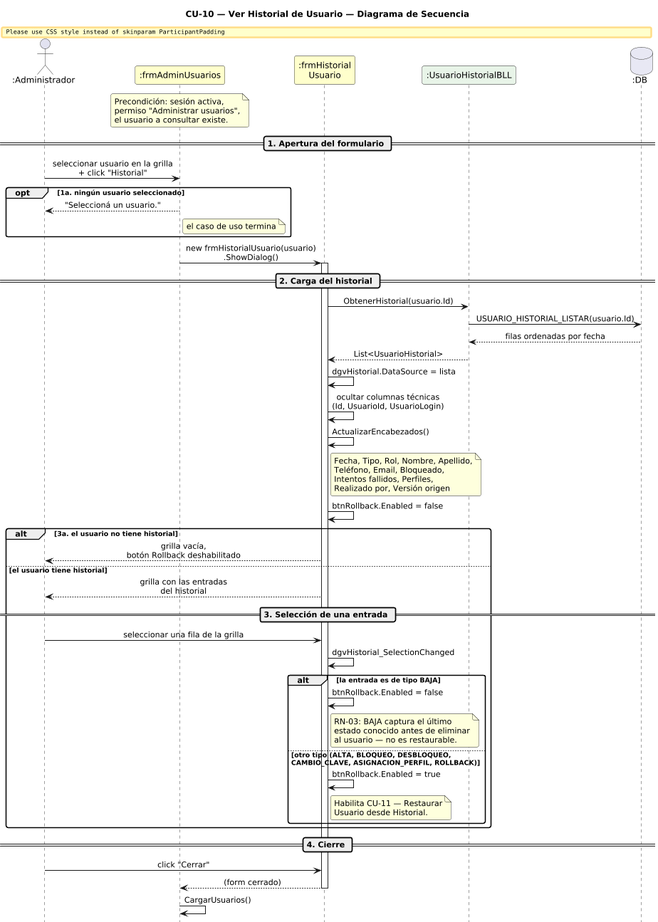
Earlier version of the PlantUML export DIAGRAMAS/DiagramaSecuencia_CU10_VerHistorial.png (Jesifu/club-de-vinos-td).
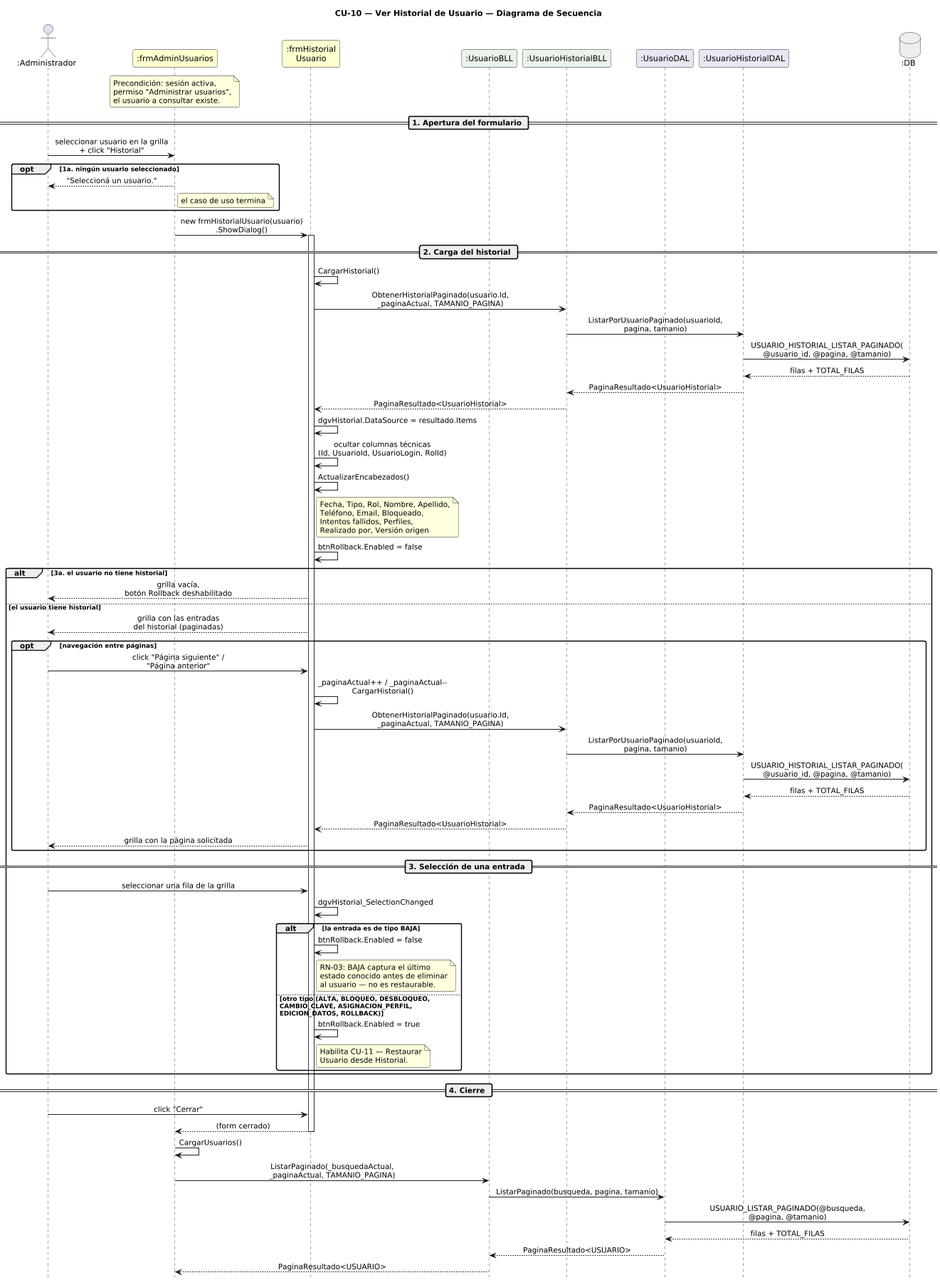
After the change.

The edit, as a diff of the source:
```diff
@@ -5,16 +5,18 @@
 skinparam shadowing false
 skinparam roundcorner 6
 skinparam sequenceArrowThickness 1.2
-skinparam ParticipantPadding 14
 skinparam sequenceMessageAlign center
 hide footbox
-scale 0.85
+scale 0.8
 
-actor       ":Administrador"       as A
-participant ":frmAdminUsuarios"    as FA #FEFECE
+actor       ":Administrador"         as A
+participant ":frmAdminUsuarios"      as FA #FEFECE
 participant ":frmHistorial\nUsuario" as FH #FEFECE
-participant ":UsuarioHistorialBLL" as UH #E8F4E8
-database    ":DB"                  as DB #E8E8F4
+participant ":UsuarioBLL"            as UB #E8F4E8
+participant ":UsuarioHistorialBLL"   as UH #E8F4E8
+participant ":UsuarioDAL"            as UD #E8E8F4
+participant ":UsuarioHistorialDAL"   as UHD #E8E8F4
+database    ":DB"                    as DB #EEEEEE
 
 note over FA
   Precondición: sesión activa,
@@ -36,13 +38,16 @@
 
 == 2. Carga del historial ==
 
-FH -> UH : ObtenerHistorial(usuario.Id)
-UH -> DB : USUARIO_HISTORIAL_LISTAR(usuario.Id)
-DB --> UH : filas ordenadas por fecha
-UH --> FH : List<UsuarioHistorial>
+FH -> FH : CargarHistorial()
+FH -> UH : ObtenerHistorialPaginado(usuario.Id,\n_paginaActual, TAMANIO_PAGINA)
+UH -> UHD : ListarPorUsuarioPaginado(usuarioId,\npagina, tamanio)
+UHD -> DB : USUARIO_HISTORIAL_LISTAR_PAGINADO(\n@usuario_id, @pagina, @tamanio)
+DB --> UHD : filas + TOTAL_FILAS
+UHD --> UH : PaginaResultado<UsuarioHistorial>
+UH --> FH : PaginaResultado<UsuarioHistorial>
 
-FH -> FH : dgvHistorial.DataSource = lista
-FH -> FH : ocultar columnas técnicas\n(Id, UsuarioId, UsuarioLogin)
+FH -> FH : dgvHistorial.DataSource = resultado.Items
+FH -> FH : ocultar columnas técnicas\n(Id, UsuarioId, UsuarioLogin, RolId)
 FH -> FH : ActualizarEncabezados()
 note right of FH
   Fecha, Tipo, Rol, Nombre, Apellido,
@@ -56,7 +61,19 @@
   FH --> A : grilla vacía,\nbotón Rollback deshabilitado
 
 else el usuario tiene historial
-  FH --> A : grilla con las entradas\ndel historial
+  FH --> A : grilla con las entradas\ndel historial (paginadas)
+
+  opt navegación entre páginas
+    A -> FH : click "Página siguiente" /\n"Página anterior"
+    FH -> FH : _paginaActual++ / _paginaActual--\nCargarHistorial()
+    FH -> UH : ObtenerHistorialPaginado(usuario.Id,\n_paginaActual, TAMANIO_PAGINA)
+    UH -> UHD : ListarPorUsuarioPaginado(usuarioId,\npagina, tamanio)
+    UHD -> DB : USUARIO_HISTORIAL_LISTAR_PAGINADO(\n@usuario_id, @pagina, @tamanio)
+    DB --> UHD : filas + TOTAL_FILAS
+    UHD --> UH : PaginaResultado<UsuarioHistorial>
+    UH --> FH : PaginaResultado<UsuarioHistorial>
+    FH --> A : grilla con la página solicitada
+  end
 
   == 3. Selección de una entrada ==
 
@@ -70,7 +87,7 @@
       estado conocido antes de eliminar
       al usuario — no es restaurable.
     end note
-  else otro tipo (ALTA, BLOQUEO, DESBLOQUEO,\nCAMBIO_CLAVE, ASIGNACION_PERFIL, ROLLBACK)
+  else otro tipo (ALTA, BLOQUEO, DESBLOQUEO,\nCAMBIO_CLAVE, ASIGNACION_PERFIL,\nEDICION_DATOS, ROLLBACK)
     FH -> FH : btnRollback.Enabled = true
     note right of FH
       Habilita CU-11 — Restaurar
@@ -85,5 +102,11 @@
 FH --> FA : (form cerrado)
 deactivate FH
 FA -> FA : CargarUsuarios()
+FA -> UB : ListarPaginado(_busquedaActual,\n_paginaActual, TAMANIO_PAGINA)
+UB -> UD : ListarPaginado(busqueda, pagina, tamanio)
+UD -> DB : USUARIO_LISTAR_PAGINADO(@busqueda,\n@pagina, @tamanio)
+DB --> UD : filas + TOTAL_FILAS
+UD --> UB : PaginaResultado<USUARIO>
+UB --> FA : PaginaResultado<USUARIO>
 
 @enduml
```
